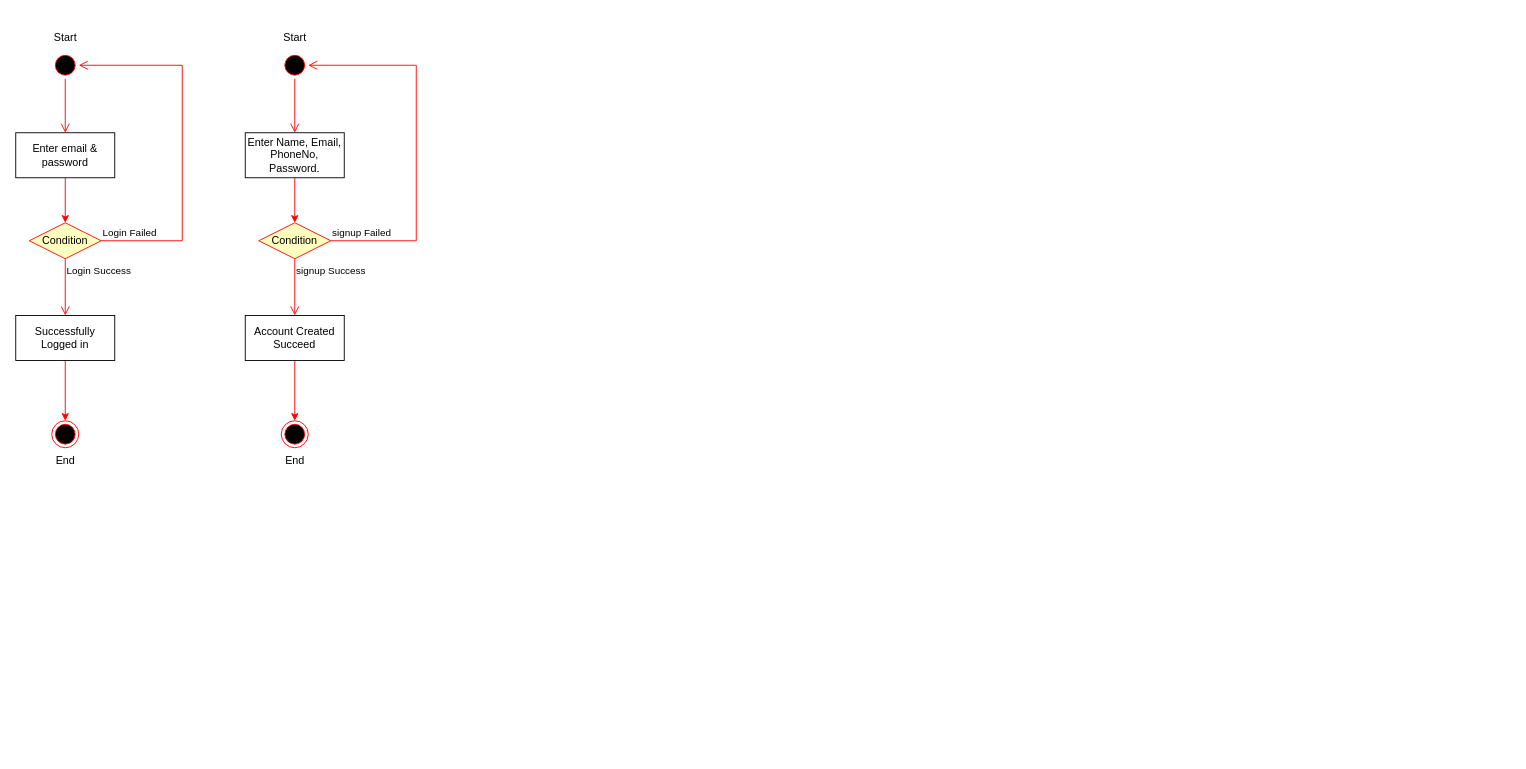
Above: activity diagram.drawio in ziard47/Diagram (draw.io), before the change. Source tidied: cells renumbered, new cells numbered last; positions are measured from the earlier drawing's top-left corner, leaving out a move shared by most shapes. Both pictures are drawn from the tidied source at 90%, with x=0, y=0 at pixel (15, 24).
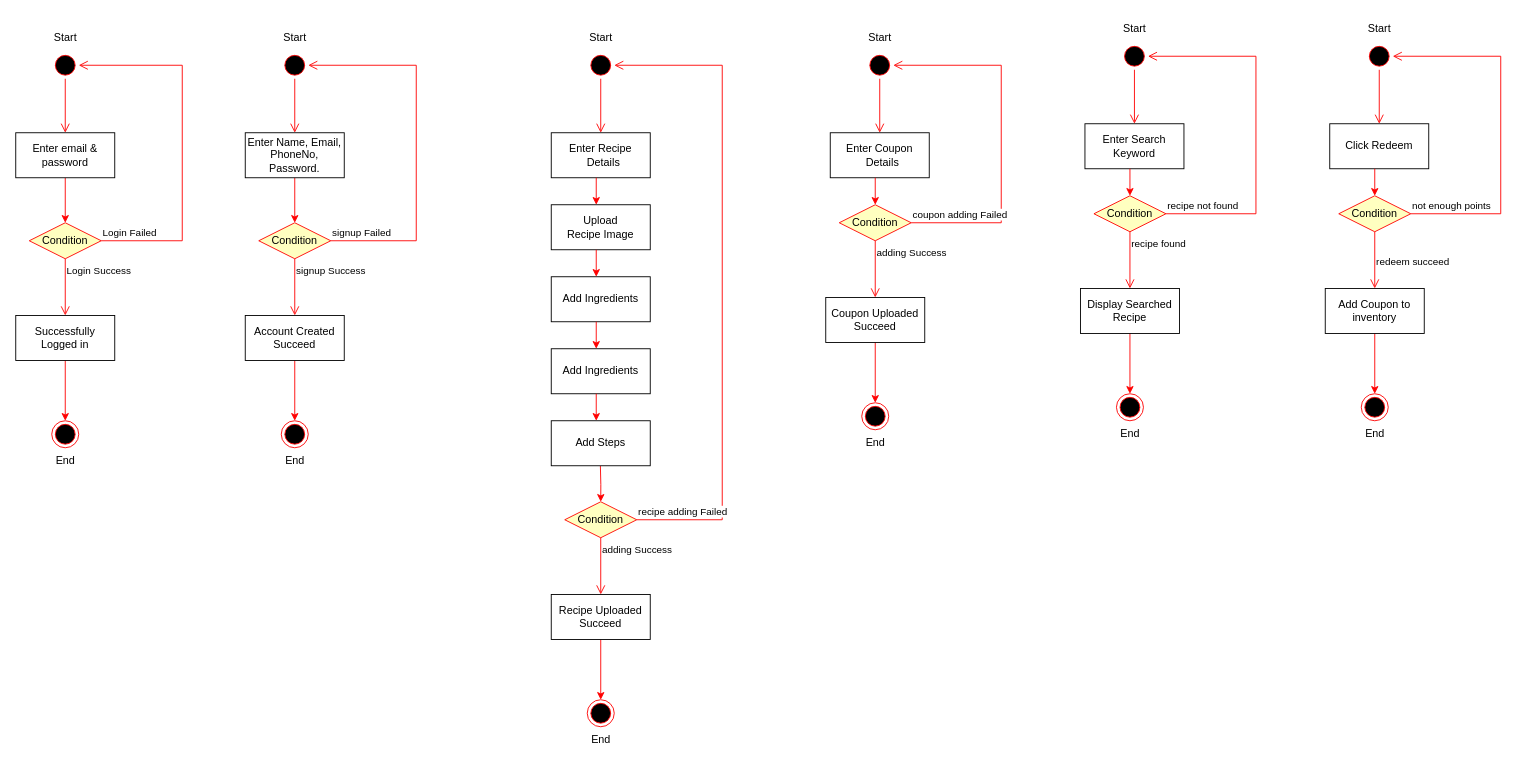
Above is the later version.

The edit, as a diff of the source:
```diff
@@
+    <mxCell id="26" style="ellipse;html=1;shape=startState;fillColor=#000000;strokeColor=#ff0000;" parent="1" vertex="1">
+      <mxGeometry x="635" y="30" width="30" height="30" as="geometry" />
+    </mxCell>
+    <mxCell id="27" style="edgeStyle=orthogonalEdgeStyle;html=1;verticalAlign=bottom;endArrow=open;endSize=8;strokeColor=#ff0000;rounded=0;entryX=0.5;entryY=0;entryDx=0;entryDy=0;" parent="1" edge="1" source="26" target="29">
+      <mxGeometry relative="1" as="geometry" />
+    </mxCell>
+    <mxCell id="28" style="edgeStyle=orthogonalEdgeStyle;rounded=0;jettySize=auto;html=1;entryX=0.5;entryY=0;entryDx=0;entryDy=0;strokeColor=#FF0000;" parent="1" edge="1" target="30">
+      <mxGeometry relative="1" as="geometry">
+        <mxPoint x="649.6" y="490" as="sourcePoint" />
+      </mxGeometry>
+    </mxCell>
+    <mxCell id="29" value="&lt;div&gt;Enter Recipe&lt;/div&gt;&lt;div&gt;&amp;nbsp; Details&lt;/div&gt;" style="html=1;whiteSpace=wrap;" parent="1" vertex="1">
+      <mxGeometry x="595" y="120" width="110" height="50" as="geometry" />
+    </mxCell>
+    <mxCell id="30" value="Condition" style="rhombus;whiteSpace=wrap;html=1;fontColor=#000000;fillColor=#ffffc0;strokeColor=#ff0000;" parent="1" vertex="1">
+      <mxGeometry x="610" y="530" width="80" height="40" as="geometry" />
+    </mxCell>
+    <mxCell id="31" value="recipe adding Failed" style="edgeStyle=orthogonalEdgeStyle;html=1;align=left;verticalAlign=bottom;endArrow=open;endSize=8;strokeColor=#ff0000;rounded=0;entryX=1;entryY=0.5;entryDx=0;entryDy=0;" parent="1" edge="1" source="30" target="26">
+      <mxGeometry x="-1" relative="1" as="geometry">
+        <Array as="points">
+          <mxPoint x="785" y="550" />
+          <mxPoint x="785" y="45" />
+        </Array>
+      </mxGeometry>
+    </mxCell>
+    <mxCell id="32" value="adding Success" style="edgeStyle=orthogonalEdgeStyle;html=1;align=left;verticalAlign=top;endArrow=open;endSize=8;strokeColor=#ff0000;rounded=0;" parent="1" edge="1" source="30" target="34">
+      <mxGeometry x="-1" relative="1" as="geometry" />
+    </mxCell>
+    <mxCell id="33" style="edgeStyle=orthogonalEdgeStyle;rounded=0;jettySize=auto;html=1;entryX=0.5;entryY=0;entryDx=0;entryDy=0;strokeColor=#FF0000;" parent="1" edge="1" source="34" target="35">
+      <mxGeometry relative="1" as="geometry" />
+    </mxCell>
+    <mxCell id="34" value="Recipe Uploaded Succeed" style="html=1;whiteSpace=wrap;" parent="1" vertex="1">
+      <mxGeometry x="595" y="633" width="110" height="50" as="geometry" />
+    </mxCell>
+    <mxCell id="35" style="ellipse;html=1;shape=endState;fillColor=#000000;strokeColor=#ff0000;" parent="1" vertex="1">
+      <mxGeometry x="635" y="750" width="30" height="30" as="geometry" />
+    </mxCell>
+    <mxCell id="36" value="End" style="text;html=1;align=center;verticalAlign=middle;strokeColor=none;fillColor=none;" parent="1" vertex="1">
+      <mxGeometry x="630" y="780" width="40" height="30" as="geometry" />
+    </mxCell>
+    <mxCell id="37" value="Start" style="text;html=1;align=center;verticalAlign=middle;strokeColor=none;fillColor=none;" parent="1" vertex="1">
+      <mxGeometry x="625" width="50" height="30" as="geometry" />
+    </mxCell>
+    <mxCell id="38" value="&lt;div&gt;Upload Recipe&amp;nbsp;&lt;span style=&quot;background-color: initial;&quot;&gt;Image&lt;/span&gt;&lt;/div&gt;" style="html=1;whiteSpace=wrap;" parent="1" vertex="1">
+      <mxGeometry x="595" y="200" width="110" height="50" as="geometry" />
+    </mxCell>
+    <mxCell id="39" value="&lt;div&gt;Add Ingredients&lt;/div&gt;" style="html=1;whiteSpace=wrap;" parent="1" vertex="1">
+      <mxGeometry x="595" y="280" width="110" height="50" as="geometry" />
+    </mxCell>
+    <mxCell id="40" value="&lt;div&gt;Add Ingredients&lt;/div&gt;" style="html=1;whiteSpace=wrap;" parent="1" vertex="1">
+      <mxGeometry x="595" y="360" width="110" height="50" as="geometry" />
+    </mxCell>
+    <mxCell id="41" value="&lt;div&gt;Add Steps&lt;/div&gt;" style="html=1;whiteSpace=wrap;" parent="1" vertex="1">
+      <mxGeometry x="595" y="440" width="110" height="50" as="geometry" />
+    </mxCell>
+    <mxCell id="42" style="edgeStyle=orthogonalEdgeStyle;rounded=0;orthogonalLoop=1;jettySize=auto;html=1;strokeColor=#FF0000;" parent="1" edge="1">
+      <mxGeometry relative="1" as="geometry">
+        <mxPoint x="645" y="170" as="sourcePoint" />
+        <mxPoint x="645" y="200" as="targetPoint" />
+      </mxGeometry>
+    </mxCell>
+    <mxCell id="43" style="edgeStyle=orthogonalEdgeStyle;rounded=0;orthogonalLoop=1;jettySize=auto;html=1;strokeColor=#FF0000;" parent="1" edge="1">
+      <mxGeometry relative="1" as="geometry">
+        <mxPoint x="645" y="250" as="sourcePoint" />
+        <mxPoint x="645" y="280" as="targetPoint" />
+      </mxGeometry>
+    </mxCell>
+    <mxCell id="44" style="edgeStyle=orthogonalEdgeStyle;rounded=0;orthogonalLoop=1;jettySize=auto;html=1;strokeColor=#FF0000;" parent="1" edge="1">
+      <mxGeometry relative="1" as="geometry">
+        <mxPoint x="645" y="330" as="sourcePoint" />
+        <mxPoint x="645" y="360" as="targetPoint" />
+      </mxGeometry>
+    </mxCell>
+    <mxCell id="45" style="edgeStyle=orthogonalEdgeStyle;rounded=0;orthogonalLoop=1;jettySize=auto;html=1;strokeColor=#FF0000;" parent="1" edge="1">
+      <mxGeometry relative="1" as="geometry">
+        <mxPoint x="645" y="410" as="sourcePoint" />
+        <mxPoint x="645" y="440" as="targetPoint" />
+      </mxGeometry>
+    </mxCell>
+    <mxCell id="46" style="ellipse;html=1;shape=startState;fillColor=#000000;strokeColor=#ff0000;" parent="1" vertex="1">
+      <mxGeometry x="945" y="30" width="30" height="30" as="geometry" />
+    </mxCell>
+    <mxCell id="47" style="edgeStyle=orthogonalEdgeStyle;html=1;verticalAlign=bottom;endArrow=open;endSize=8;strokeColor=#ff0000;rounded=0;entryX=0.5;entryY=0;entryDx=0;entryDy=0;" parent="1" edge="1" source="46" target="48">
+      <mxGeometry relative="1" as="geometry" />
+    </mxCell>
+    <mxCell id="48" value="&lt;div&gt;Enter Coupon&lt;/div&gt;&lt;div&gt;&amp;nbsp; Details&lt;/div&gt;" style="html=1;whiteSpace=wrap;" parent="1" vertex="1">
+      <mxGeometry x="905" y="120" width="110" height="50" as="geometry" />
+    </mxCell>
+    <mxCell id="49" value="Condition" style="rhombus;whiteSpace=wrap;html=1;fontColor=#000000;fillColor=#ffffc0;strokeColor=#ff0000;" parent="1" vertex="1">
+      <mxGeometry x="915" y="200" width="80" height="40" as="geometry" />
+    </mxCell>
+    <mxCell id="50" value="coupon adding Failed" style="edgeStyle=orthogonalEdgeStyle;html=1;align=left;verticalAlign=bottom;endArrow=open;endSize=8;strokeColor=#ff0000;rounded=0;entryX=1;entryY=0.5;entryDx=0;entryDy=0;" parent="1" edge="1" source="49" target="46">
+      <mxGeometry x="-1" relative="1" as="geometry">
+        <Array as="points">
+          <mxPoint x="1095" y="220" />
+          <mxPoint x="1095" y="45" />
+        </Array>
+      </mxGeometry>
+    </mxCell>
+    <mxCell id="51" value="adding Success" style="edgeStyle=orthogonalEdgeStyle;html=1;align=left;verticalAlign=top;endArrow=open;endSize=8;strokeColor=#ff0000;rounded=0;" parent="1" edge="1" source="49" target="53">
+      <mxGeometry x="-1" relative="1" as="geometry" />
+    </mxCell>
+    <mxCell id="52" style="edgeStyle=orthogonalEdgeStyle;rounded=0;jettySize=auto;html=1;entryX=0.5;entryY=0;entryDx=0;entryDy=0;strokeColor=#FF0000;" parent="1" edge="1" source="53" target="54">
+      <mxGeometry relative="1" as="geometry" />
+    </mxCell>
+    <mxCell id="53" value="Coupon Uploaded Succeed" style="html=1;whiteSpace=wrap;" parent="1" vertex="1">
+      <mxGeometry x="900" y="303" width="110" height="50" as="geometry" />
+    </mxCell>
+    <mxCell id="54" style="ellipse;html=1;shape=endState;fillColor=#000000;strokeColor=#ff0000;" parent="1" vertex="1">
+      <mxGeometry x="940" y="420" width="30" height="30" as="geometry" />
+    </mxCell>
+    <mxCell id="55" value="End" style="text;html=1;align=center;verticalAlign=middle;strokeColor=none;fillColor=none;" parent="1" vertex="1">
+      <mxGeometry x="935" y="450" width="40" height="30" as="geometry" />
+    </mxCell>
+    <mxCell id="56" style="edgeStyle=orthogonalEdgeStyle;rounded=0;orthogonalLoop=1;jettySize=auto;html=1;strokeColor=#FF0000;" parent="1" edge="1">
+      <mxGeometry relative="1" as="geometry">
+        <mxPoint x="955" y="170" as="sourcePoint" />
+        <mxPoint x="955" y="200" as="targetPoint" />
+      </mxGeometry>
+    </mxCell>
+    <mxCell id="57" value="Start" style="text;html=1;align=center;verticalAlign=middle;strokeColor=none;fillColor=none;" parent="1" vertex="1">
+      <mxGeometry x="935" width="50" height="30" as="geometry" />
+    </mxCell>
+    <mxCell id="58" style="ellipse;html=1;shape=startState;fillColor=#000000;strokeColor=#ff0000;" parent="1" vertex="1">
+      <mxGeometry x="1228" y="20" width="30" height="30" as="geometry" />
+    </mxCell>
+    <mxCell id="59" style="edgeStyle=orthogonalEdgeStyle;html=1;verticalAlign=bottom;endArrow=open;endSize=8;strokeColor=#ff0000;rounded=0;entryX=0.5;entryY=0;entryDx=0;entryDy=0;" parent="1" edge="1" source="58" target="60">
+      <mxGeometry relative="1" as="geometry" />
+    </mxCell>
+    <mxCell id="60" value="&lt;div&gt;Enter Search Keyword&lt;/div&gt;" style="html=1;whiteSpace=wrap;" parent="1" vertex="1">
+      <mxGeometry x="1188" y="110" width="110" height="50" as="geometry" />
+    </mxCell>
+    <mxCell id="61" value="Condition" style="rhombus;whiteSpace=wrap;html=1;fontColor=#000000;fillColor=#ffffc0;strokeColor=#ff0000;" parent="1" vertex="1">
+      <mxGeometry x="1198" y="190" width="80" height="40" as="geometry" />
+    </mxCell>
+    <mxCell id="62" value="recipe not found" style="edgeStyle=orthogonalEdgeStyle;html=1;align=left;verticalAlign=bottom;endArrow=open;endSize=8;strokeColor=#ff0000;rounded=0;entryX=1;entryY=0.5;entryDx=0;entryDy=0;" parent="1" edge="1" source="61" target="58">
+      <mxGeometry x="-1" relative="1" as="geometry">
+        <Array as="points">
+          <mxPoint x="1378" y="210" />
+          <mxPoint x="1378" y="35" />
+        </Array>
+      </mxGeometry>
+    </mxCell>
+    <mxCell id="63" value="recipe found" style="edgeStyle=orthogonalEdgeStyle;html=1;align=left;verticalAlign=top;endArrow=open;endSize=8;strokeColor=#ff0000;rounded=0;" parent="1" edge="1" source="61" target="65">
+      <mxGeometry x="-1" relative="1" as="geometry" />
+    </mxCell>
+    <mxCell id="64" style="edgeStyle=orthogonalEdgeStyle;rounded=0;jettySize=auto;html=1;entryX=0.5;entryY=0;entryDx=0;entryDy=0;strokeColor=#FF0000;" parent="1" edge="1" source="65" target="66">
+      <mxGeometry relative="1" as="geometry" />
+    </mxCell>
+    <mxCell id="65" value="Display Searched Recipe" style="html=1;whiteSpace=wrap;" parent="1" vertex="1">
+      <mxGeometry x="1183" y="293" width="110" height="50" as="geometry" />
+    </mxCell>
+    <mxCell id="66" style="ellipse;html=1;shape=endState;fillColor=#000000;strokeColor=#ff0000;" parent="1" vertex="1">
+      <mxGeometry x="1223" y="410" width="30" height="30" as="geometry" />
+    </mxCell>
+    <mxCell id="67" value="End" style="text;html=1;align=center;verticalAlign=middle;strokeColor=none;fillColor=none;" parent="1" vertex="1">
+      <mxGeometry x="1218" y="440" width="40" height="30" as="geometry" />
+    </mxCell>
+    <mxCell id="68" style="edgeStyle=orthogonalEdgeStyle;rounded=0;orthogonalLoop=1;jettySize=auto;html=1;strokeColor=#FF0000;" parent="1" edge="1">
+      <mxGeometry relative="1" as="geometry">
+        <mxPoint x="1238" y="160" as="sourcePoint" />
+        <mxPoint x="1238" y="190" as="targetPoint" />
+      </mxGeometry>
+    </mxCell>
+    <mxCell id="69" value="Start" style="text;html=1;align=center;verticalAlign=middle;strokeColor=none;fillColor=none;" parent="1" vertex="1">
+      <mxGeometry x="1218" y="-10" width="50" height="30" as="geometry" />
+    </mxCell>
+    <mxCell id="70" style="ellipse;html=1;shape=startState;fillColor=#000000;strokeColor=#ff0000;" parent="1" vertex="1">
+      <mxGeometry x="1500" y="20" width="30" height="30" as="geometry" />
+    </mxCell>
+    <mxCell id="71" style="edgeStyle=orthogonalEdgeStyle;html=1;verticalAlign=bottom;endArrow=open;endSize=8;strokeColor=#ff0000;rounded=0;entryX=0.5;entryY=0;entryDx=0;entryDy=0;" parent="1" edge="1" source="70" target="72">
+      <mxGeometry relative="1" as="geometry" />
+    </mxCell>
+    <mxCell id="72" value="&lt;div&gt;Click Redeem&lt;/div&gt;" style="html=1;whiteSpace=wrap;" parent="1" vertex="1">
+      <mxGeometry x="1460" y="110" width="110" height="50" as="geometry" />
+    </mxCell>
+    <mxCell id="73" value="Condition" style="rhombus;whiteSpace=wrap;html=1;fontColor=#000000;fillColor=#ffffc0;strokeColor=#ff0000;" parent="1" vertex="1">
+      <mxGeometry x="1470" y="190" width="80" height="40" as="geometry" />
+    </mxCell>
+    <mxCell id="74" value="not enough points" style="edgeStyle=orthogonalEdgeStyle;html=1;align=left;verticalAlign=bottom;endArrow=open;endSize=8;strokeColor=#ff0000;rounded=0;entryX=1;entryY=0.5;entryDx=0;entryDy=0;" parent="1" edge="1" source="73" target="70">
+      <mxGeometry x="-1" relative="1" as="geometry">
+        <Array as="points">
+          <mxPoint x="1650" y="210" />
+          <mxPoint x="1650" y="35" />
+        </Array>
+      </mxGeometry>
+    </mxCell>
+    <mxCell id="75" value="redeem succeed" style="edgeStyle=orthogonalEdgeStyle;html=1;align=left;verticalAlign=top;endArrow=open;endSize=8;strokeColor=#ff0000;rounded=0;" parent="1" edge="1" source="73" target="77">
+      <mxGeometry x="-0.37" relative="1" as="geometry">
+        <Array as="points">
+          <mxPoint x="1510" y="210" />
+          <mxPoint x="1510" y="210" />
+        </Array>
+      </mxGeometry>
+    </mxCell>
+    <mxCell id="76" style="edgeStyle=orthogonalEdgeStyle;rounded=0;jettySize=auto;html=1;entryX=0.5;entryY=0;entryDx=0;entryDy=0;strokeColor=#FF0000;" parent="1" edge="1" source="77" target="78">
+      <mxGeometry relative="1" as="geometry" />
+    </mxCell>
+    <mxCell id="77" value="Add Coupon to inventory" style="html=1;whiteSpace=wrap;" parent="1" vertex="1">
+      <mxGeometry x="1455" y="293" width="110" height="50" as="geometry" />
+    </mxCell>
+    <mxCell id="78" style="ellipse;html=1;shape=endState;fillColor=#000000;strokeColor=#ff0000;" parent="1" vertex="1">
+      <mxGeometry x="1495" y="410" width="30" height="30" as="geometry" />
+    </mxCell>
+    <mxCell id="79" value="End" style="text;html=1;align=center;verticalAlign=middle;strokeColor=none;fillColor=none;" parent="1" vertex="1">
+      <mxGeometry x="1490" y="440" width="40" height="30" as="geometry" />
+    </mxCell>
+    <mxCell id="80" style="edgeStyle=orthogonalEdgeStyle;rounded=0;orthogonalLoop=1;jettySize=auto;html=1;strokeColor=#FF0000;" parent="1" edge="1">
+      <mxGeometry relative="1" as="geometry">
+        <mxPoint x="1510" y="160" as="sourcePoint" />
+        <mxPoint x="1510" y="190" as="targetPoint" />
+      </mxGeometry>
+    </mxCell>
+    <mxCell id="81" value="Start" style="text;html=1;align=center;verticalAlign=middle;strokeColor=none;fillColor=none;" parent="1" vertex="1">
+      <mxGeometry x="1490" y="-10" width="50" height="30" as="geometry" />
+    </mxCell>
```
